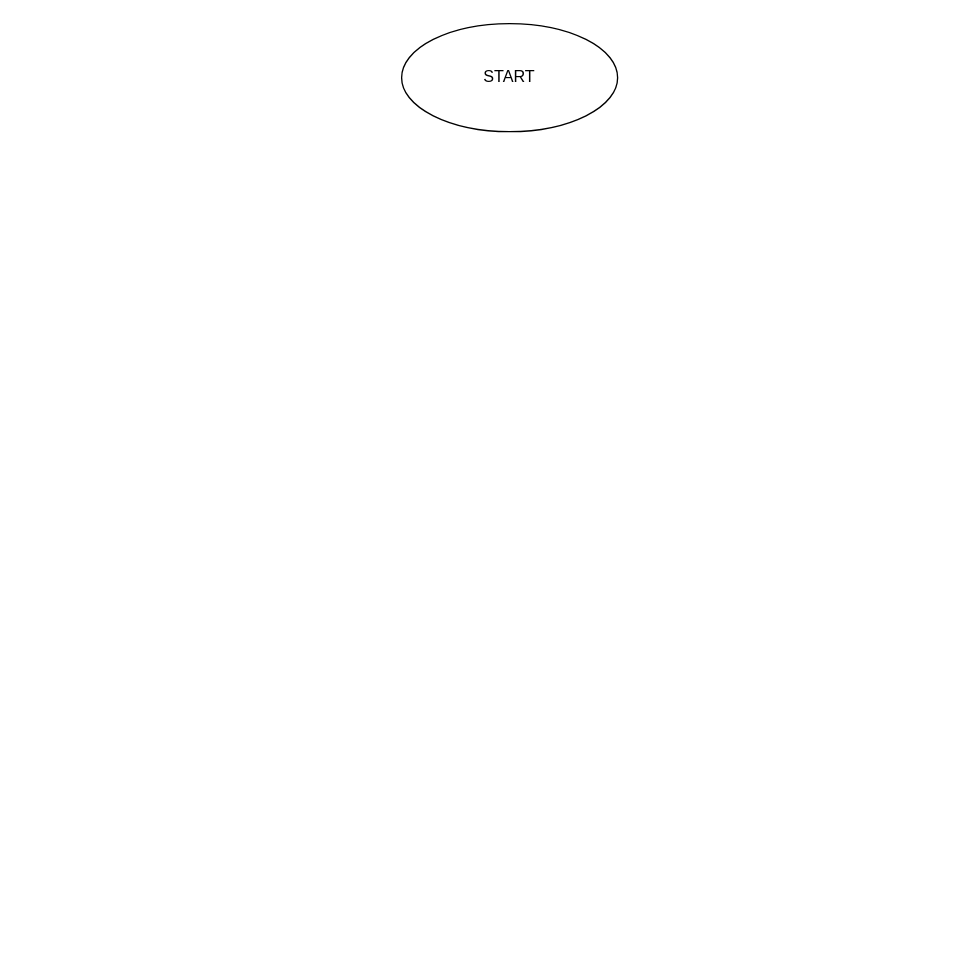
Before: ex6 ss1 IT02.drawio in Vanh48420389/-o-n-Vi-t-Anh_ENG_KS24C_IT02_SS1, a draw.io diagram. Source tidied: cells renumbered, new cells numbered last; positions are measured from the earlier drawing's top-left corner, leaving out a move shared by most shapes. Both pictures are drawn from the tidied source at 135%, with x=0, y=0 at pixel (401, 23).
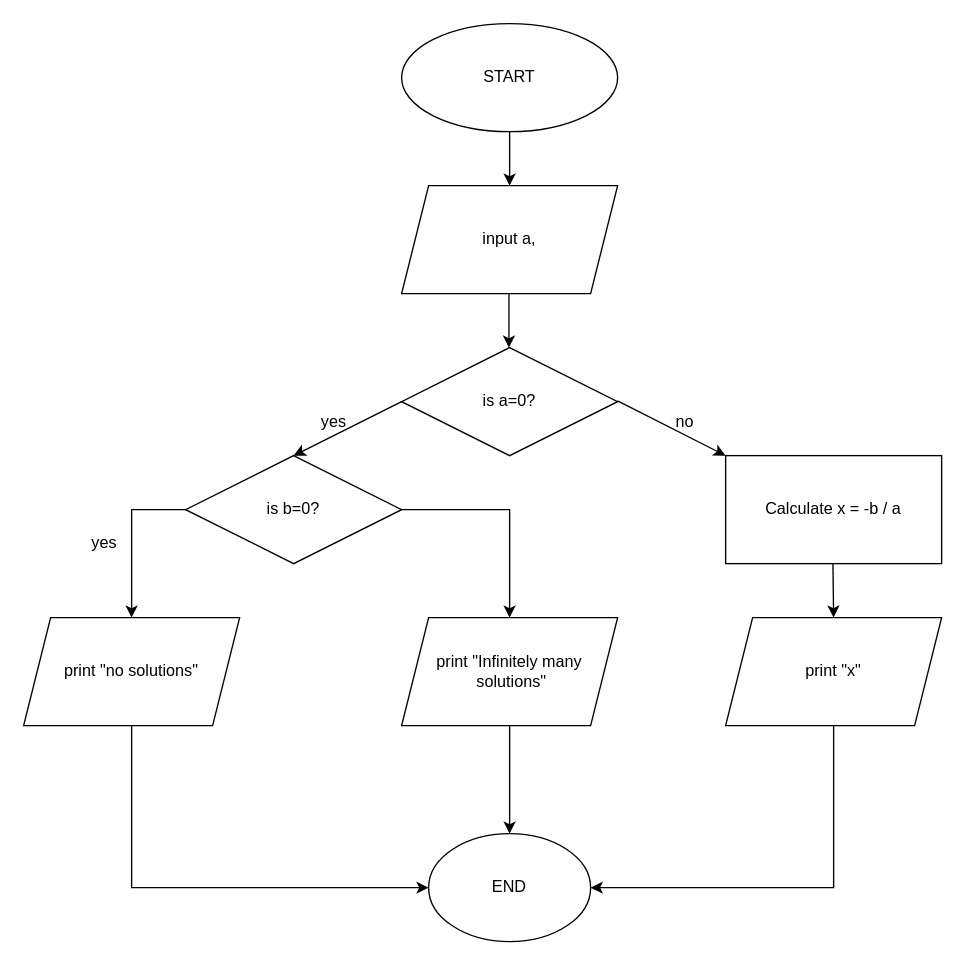
The same diagram, later.

The change refers to these unchanged cells:
```xml
<mxCell id="2" value="START" style="ellipse;whiteSpace=wrap;html=1;" parent="1" vertex="1">
  <mxGeometry width="160" height="80" as="geometry" />
</mxCell>
```

Diff of the diagram source:
```diff
@@
+    <mxCell id="3" style="endArrow=classic;html=1;rounded=0;exitX=0.5;exitY=1;exitDx=0;exitDy=0;" parent="1" edge="1" source="2">
+      <mxGeometry relative="1" as="geometry">
+        <mxPoint x="80" y="120" as="targetPoint" />
+      </mxGeometry>
+    </mxCell>
+    <mxCell id="4" value="input a," style="shape=parallelogram;perimeter=parallelogramPerimeter;whiteSpace=wrap;html=1;fixedSize=1;" parent="1" vertex="1">
+      <mxGeometry y="120" width="160" height="80" as="geometry" />
+    </mxCell>
+    <mxCell id="5" style="endArrow=classic;html=1;rounded=0;" parent="1" edge="1">
+      <mxGeometry relative="1" as="geometry">
+        <mxPoint x="79.5" y="200" as="sourcePoint" />
+        <mxPoint x="80" y="240" as="targetPoint" />
+        <Array as="points">
+          <mxPoint x="79.5" y="240" />
+        </Array>
+      </mxGeometry>
+    </mxCell>
+    <mxCell id="6" value="is a=0?" style="rhombus;whiteSpace=wrap;html=1;" parent="1" vertex="1">
+      <mxGeometry y="240" width="160" height="80" as="geometry" />
+    </mxCell>
+    <mxCell id="7" style="endArrow=classic;html=1;rounded=0;entryX=0.5;entryY=0;entryDx=0;entryDy=0;" parent="1" edge="1" target="12">
+      <mxGeometry relative="1" as="geometry">
+        <mxPoint x="319.5" y="400" as="sourcePoint" />
+      </mxGeometry>
+    </mxCell>
+    <mxCell id="8" value="no" style="text;html=1;align=center;verticalAlign=middle;whiteSpace=wrap;rounded=0;" parent="1" vertex="1">
+      <mxGeometry x="180" y="280" width="60" height="30" as="geometry" />
+    </mxCell>
+    <mxCell id="9" value="print &quot;Infinitely many &amp;nbsp;solutions&quot;" style="shape=parallelogram;perimeter=parallelogramPerimeter;whiteSpace=wrap;html=1;fixedSize=1;" parent="1" vertex="1">
+      <mxGeometry y="440" width="160" height="80" as="geometry" />
+    </mxCell>
+    <mxCell id="10" value="Calculate x &lt;span class=&quot;hljs-operator&quot;&gt;=&lt;/span&gt; &lt;span class=&quot;hljs-operator&quot;&gt;-&lt;/span&gt;b &lt;span class=&quot;hljs-operator&quot;&gt;/&lt;/span&gt; a" style="rounded=0;whiteSpace=wrap;html=1;" parent="1" vertex="1">
+      <mxGeometry x="240" y="320" width="160" height="80" as="geometry" />
+    </mxCell>
+    <mxCell id="11" style="endArrow=classic;html=1;rounded=0;entryX=0;entryY=0;entryDx=0;entryDy=0;" parent="1" edge="1" target="10">
+      <mxGeometry relative="1" as="geometry">
+        <mxPoint x="160" y="279.5" as="sourcePoint" />
+      </mxGeometry>
+    </mxCell>
+    <mxCell id="12" value="print &quot;x&quot;" style="shape=parallelogram;perimeter=parallelogramPerimeter;whiteSpace=wrap;html=1;fixedSize=1;" parent="1" vertex="1">
+      <mxGeometry x="240" y="440" width="160" height="80" as="geometry" />
+    </mxCell>
+    <mxCell id="13" value="is b=0?" style="rhombus;whiteSpace=wrap;html=1;" parent="1" vertex="1">
+      <mxGeometry x="-160" y="320" width="160" height="80" as="geometry" />
+    </mxCell>
+    <mxCell id="14" value="yes" style="text;html=1;align=center;verticalAlign=middle;whiteSpace=wrap;rounded=0;" parent="1" vertex="1">
+      <mxGeometry x="-80" y="280" width="60" height="30" as="geometry" />
+    </mxCell>
+    <mxCell id="15" style="endArrow=classic;html=1;rounded=0;entryX=0.5;entryY=0;entryDx=0;entryDy=0;exitX=0;exitY=0.5;exitDx=0;exitDy=0;" parent="1" edge="1" source="6" target="13">
+      <mxGeometry relative="1" as="geometry" />
+    </mxCell>
+    <mxCell id="16" style="endArrow=classic;html=1;rounded=0;" parent="1" edge="1">
+      <mxGeometry relative="1" as="geometry">
+        <mxPoint x="100" y="620" as="sourcePoint" />
+        <mxPoint x="100" y="620" as="targetPoint" />
+      </mxGeometry>
+    </mxCell>
+    <mxCell id="17" style="endArrow=classic;html=1;rounded=0;entryX=0.5;entryY=0;entryDx=0;entryDy=0;" parent="1" edge="1" target="9">
+      <mxGeometry relative="1" as="geometry">
+        <mxPoint y="360" as="sourcePoint" />
+        <Array as="points">
+          <mxPoint x="80" y="360" />
+        </Array>
+      </mxGeometry>
+    </mxCell>
+    <mxCell id="18" style="endArrow=classic;html=1;rounded=0;" parent="1" edge="1">
+      <mxGeometry relative="1" as="geometry">
+        <mxPoint x="-160" y="360" as="sourcePoint" />
+        <mxPoint x="-200" y="440" as="targetPoint" />
+        <Array as="points">
+          <mxPoint x="-200" y="360" />
+        </Array>
+      </mxGeometry>
+    </mxCell>
+    <mxCell id="19" value="yes" style="text;html=1;align=center;verticalAlign=middle;whiteSpace=wrap;rounded=0;" parent="1" vertex="1">
+      <mxGeometry x="-250" y="370" width="60" height="30" as="geometry" />
+    </mxCell>
+    <mxCell id="20" value="END" style="ellipse;whiteSpace=wrap;html=1;" parent="1" vertex="1">
+      <mxGeometry x="20" y="600" width="120" height="80" as="geometry" />
+    </mxCell>
+    <mxCell id="21" value="print &quot;no solutions&quot;" style="shape=parallelogram;perimeter=parallelogramPerimeter;whiteSpace=wrap;html=1;fixedSize=1;" parent="1" vertex="1">
+      <mxGeometry x="-280" y="440" width="160" height="80" as="geometry" />
+    </mxCell>
+    <mxCell id="22" style="endArrow=classic;html=1;rounded=0;entryX=1;entryY=0.5;entryDx=0;entryDy=0;" parent="1" edge="1" target="20">
+      <mxGeometry relative="1" as="geometry">
+        <mxPoint x="320" y="520" as="sourcePoint" />
+        <Array as="points">
+          <mxPoint x="320" y="640" />
+        </Array>
+      </mxGeometry>
+    </mxCell>
+    <mxCell id="23" style="endArrow=classic;html=1;rounded=0;entryX=0;entryY=0.5;entryDx=0;entryDy=0;exitX=0.5;exitY=1;exitDx=0;exitDy=0;" parent="1" edge="1" source="21" target="20">
+      <mxGeometry relative="1" as="geometry">
+        <Array as="points">
+          <mxPoint x="-200" y="640" />
+        </Array>
+      </mxGeometry>
+    </mxCell>
+    <mxCell id="24" style="endArrow=classic;html=1;rounded=0;entryX=0.5;entryY=0;entryDx=0;entryDy=0;exitX=0.5;exitY=1;exitDx=0;exitDy=0;" parent="1" edge="1" source="9" target="20">
+      <mxGeometry relative="1" as="geometry" />
+    </mxCell>
```
